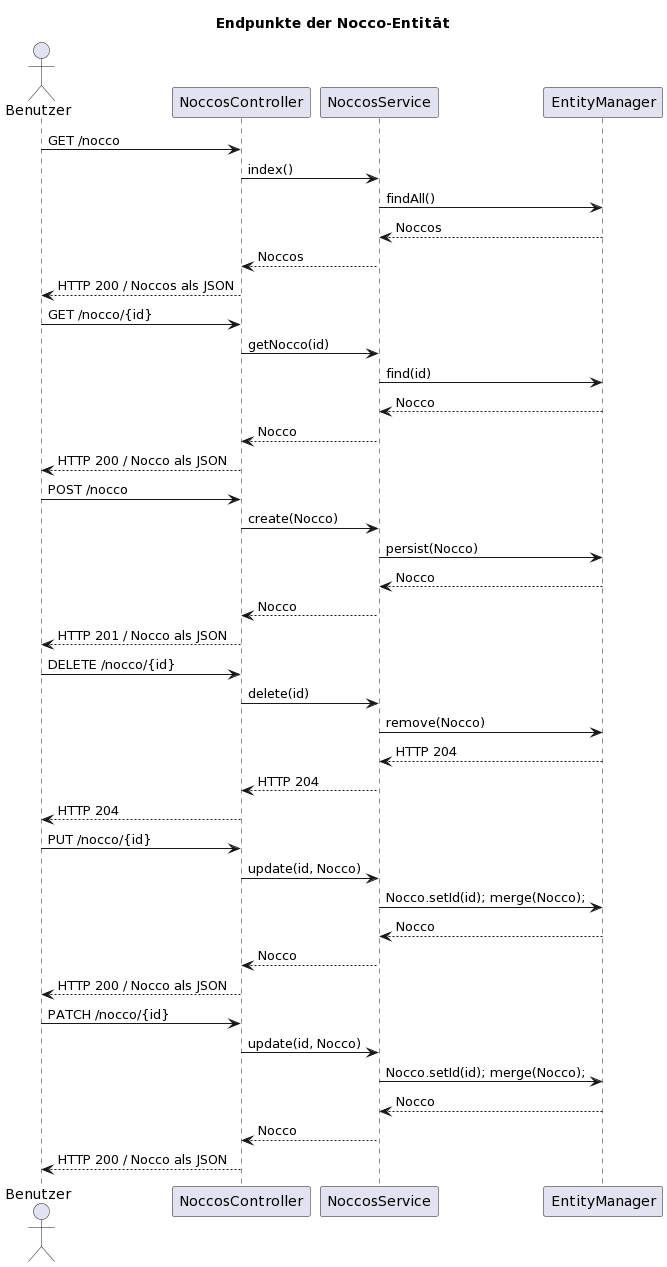
Earlier version of the PlantUML export assets/sequenzdiagramm_nocco.png (carlottostromstedt/m223_projektarbeit).
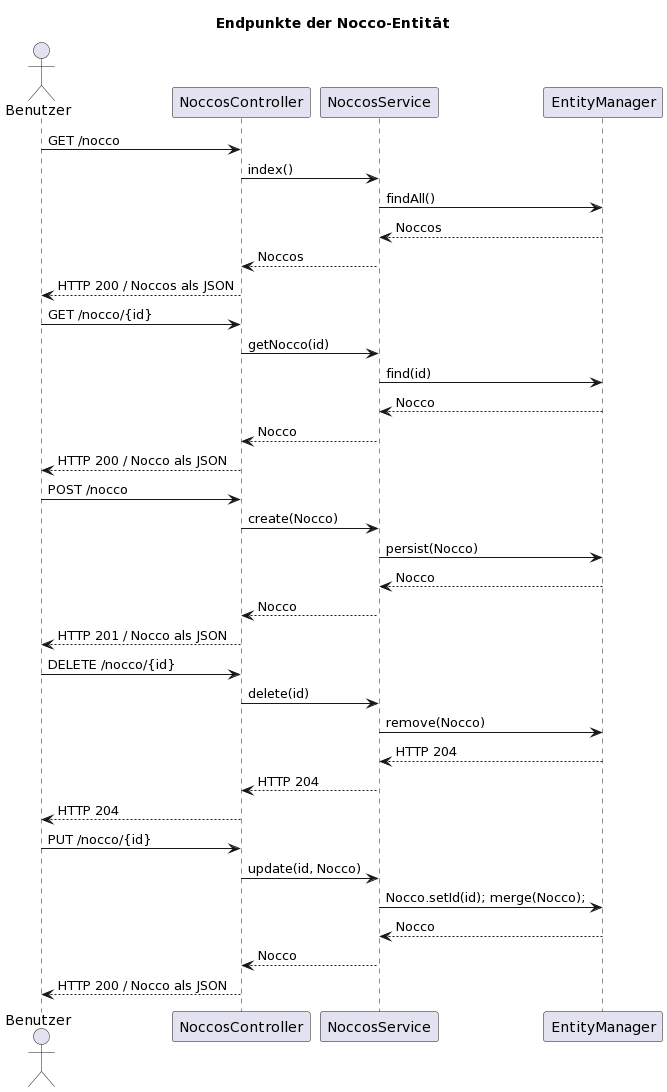
The same diagram one commit later.

Change to the diagram source:
```diff
@@ -40,11 +40,4 @@
 NoccosService <-- EntityManager: Nocco
 NoccosController <-- NoccosService: Nocco
 Benutzer <-- NoccosController: HTTP 200 / Nocco als JSON
-
-Benutzer -> NoccosController: PATCH /nocco/{id}
-NoccosController -> NoccosService: update(id, Nocco)
-NoccosService -> EntityManager: Nocco.setId(id); merge(Nocco);
-NoccosService <-- EntityManager: Nocco
-NoccosController <-- NoccosService: Nocco
-Benutzer <-- NoccosController: HTTP 200 / Nocco als JSON
 @enduml
```
